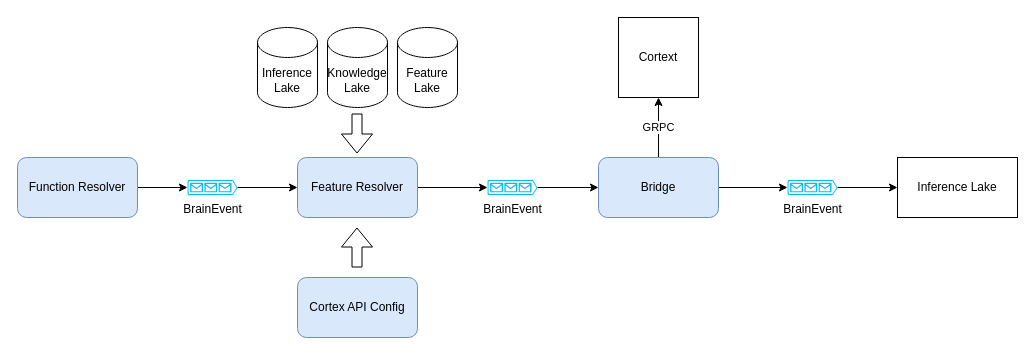
Above: page "Bridge" (4 of 5) of docs/diagram/telos.drawio in brain-os/brain-proto (draw.io), before the change. Source tidied: cells renumbered, new cells numbered last; positions are measured from the earlier drawing's top-left corner, leaving out a move shared by most shapes. Both pictures are drawn from the tidied source at 100%, with x=0, y=0 at pixel (17, 17).
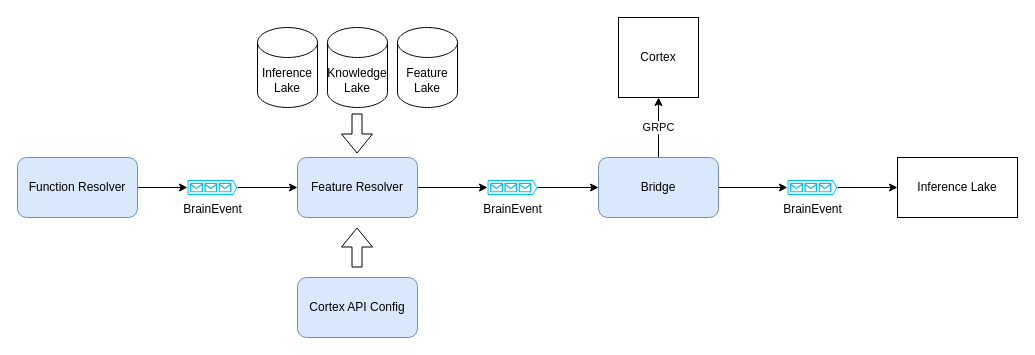
Above is the later version.

Diff of the diagram source:
```diff
@@
-    <mxCell id="19" value="Cortext" style="whiteSpace=wrap;html=1;" parent="1" vertex="1">
+    <mxCell id="19" value="Cortex" style="whiteSpace=wrap;html=1;" parent="1" vertex="1">
       <mxGeometry x="601" width="80" height="80" as="geometry" />
     </mxCell>
```
